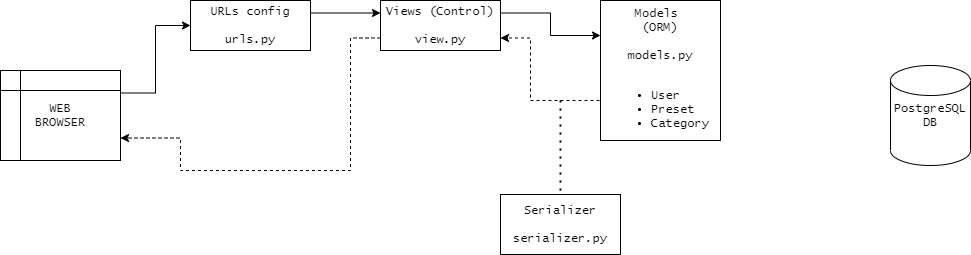
Before: Untitled Diagram.png, a diagram exported from draw.io (jmrspain/WebDevOps-Presets). Source tidied: cells renumbered, new cells last; positions are measured from the earlier drawing's top-left corner, leaving out a move shared by most shapes.
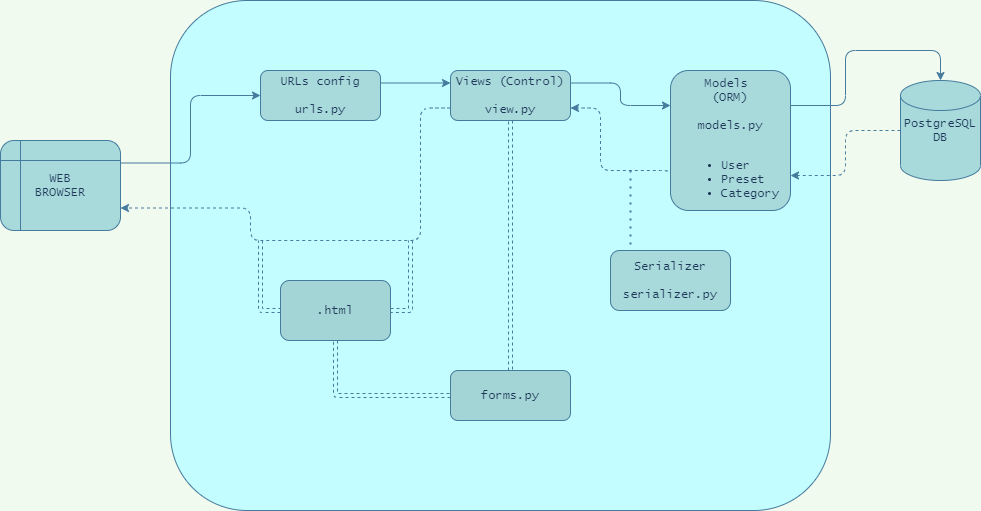
Later version of the same file.

The edit, as a diff of the source:
```diff
@@ -1,26 +1,32 @@
-<mxGraphModel>
+<mxGraphModel background="#F1FAEE">
   <root>
     <mxCell id="0" />
     <mxCell id="1" parent="0" />
+    <mxCell id="14" style="whiteSpace=wrap;html=1;sketch=0;strokeColor=#457B9D;fontColor=#1D3557;fillColor=#C3FDFF;rounded=1;" parent="1" vertex="1">
+      <mxGeometry x="100" y="-70" width="660" height="510" as="geometry" />
+    </mxCell>
+    <mxCell id="15" style="edgeStyle=orthogonalEdgeStyle;curved=0;sketch=0;jettySize=auto;html=1;entryX=1;entryY=0.75;entryDx=0;entryDy=0;strokeColor=#457B9D;fillColor=#A8DADC;fontColor=#1D3557;dashed=1;" parent="1" edge="1" source="2" target="11">
+      <mxGeometry relative="1" as="geometry" />
+    </mxCell>
-    <mxCell id="2" value="PostgreSQL&lt;br&gt;DB" style="shape=cylinder2;whiteSpace=wrap;html=1;boundedLbl=1;backgroundOutline=1;size=15;fontFamily=Lucida Console;" parent="1" vertex="1">
-      <mxGeometry x="890" y="65" width="80" height="100" as="geometry" />
+    <mxCell id="2" value="PostgreSQL&lt;br&gt;DB" style="shape=cylinder2;whiteSpace=wrap;html=1;boundedLbl=1;backgroundOutline=1;size=15;fontFamily=Lucida Console;fillColor=#A8DADC;strokeColor=#457B9D;fontColor=#1D3557;rounded=1;" parent="1" vertex="1">
+      <mxGeometry x="830" y="10" width="80" height="100" as="geometry" />
     </mxCell>
-    <mxCell id="3" style="edgeStyle=orthogonalEdgeStyle;rounded=0;jettySize=auto;html=1;exitX=1;exitY=0.25;exitDx=0;exitDy=0;entryX=0;entryY=0.5;entryDx=0;entryDy=0;" parent="1" edge="1" source="4" target="6">
+    <mxCell id="3" style="edgeStyle=orthogonalEdgeStyle;jettySize=auto;html=1;exitX=1;exitY=0.25;exitDx=0;exitDy=0;entryX=0;entryY=0.5;entryDx=0;entryDy=0;labelBackgroundColor=#F1FAEE;strokeColor=#457B9D;fontColor=#1D3557;" parent="1" edge="1" source="4" target="6">
       <mxGeometry relative="1" as="geometry" />
     </mxCell>
-    <mxCell id="4" value="WEB&lt;br&gt;BROWSER" style="shape=internalStorage;whiteSpace=wrap;html=1;backgroundOutline=1;fontFamily=Lucida Console;" parent="1" vertex="1">
-      <mxGeometry y="70" width="120" height="90" as="geometry" />
+    <mxCell id="4" value="WEB&lt;br&gt;BROWSER" style="shape=internalStorage;whiteSpace=wrap;html=1;backgroundOutline=1;fontFamily=Lucida Console;fillColor=#A8DADC;strokeColor=#457B9D;fontColor=#1D3557;rounded=1;" parent="1" vertex="1">
+      <mxGeometry x="-70" y="70" width="120" height="90" as="geometry" />
     </mxCell>
-    <mxCell id="5" style="edgeStyle=orthogonalEdgeStyle;rounded=0;jettySize=auto;html=1;exitX=1;exitY=0.25;exitDx=0;exitDy=0;entryX=0;entryY=0.25;entryDx=0;entryDy=0;fontFamily=Lucida Console;" parent="1" edge="1" source="6" target="9">
+    <mxCell id="5" style="edgeStyle=orthogonalEdgeStyle;jettySize=auto;html=1;exitX=1;exitY=0.25;exitDx=0;exitDy=0;entryX=0;entryY=0.25;entryDx=0;entryDy=0;fontFamily=Lucida Console;labelBackgroundColor=#F1FAEE;strokeColor=#457B9D;fontColor=#1D3557;" parent="1" edge="1" source="6" target="9">
       <mxGeometry relative="1" as="geometry" />
     </mxCell>
-    <mxCell id="6" value="URLs config&lt;br&gt;&lt;br&gt;urls.py" style="rounded=0;whiteSpace=wrap;html=1;fontFamily=Lucida Console;" parent="1" vertex="1">
+    <mxCell id="6" value="URLs config&lt;br&gt;&lt;br&gt;urls.py" style="whiteSpace=wrap;html=1;fontFamily=Lucida Console;fillColor=#A8DADC;strokeColor=#457B9D;fontColor=#1D3557;rounded=1;" parent="1" vertex="1">
       <mxGeometry x="190" width="120" height="50" as="geometry" />
     </mxCell>
-    <mxCell id="7" style="edgeStyle=orthogonalEdgeStyle;rounded=0;jettySize=auto;html=1;exitX=1;exitY=0.25;exitDx=0;exitDy=0;entryX=0;entryY=0.25;entryDx=0;entryDy=0;fontFamily=Lucida Console;" parent="1" edge="1" source="9" target="11">
+    <mxCell id="7" style="edgeStyle=orthogonalEdgeStyle;jettySize=auto;html=1;exitX=1;exitY=0.25;exitDx=0;exitDy=0;entryX=0;entryY=0.25;entryDx=0;entryDy=0;fontFamily=Lucida Console;labelBackgroundColor=#F1FAEE;strokeColor=#457B9D;fontColor=#1D3557;" parent="1" edge="1" source="9" target="11">
       <mxGeometry relative="1" as="geometry" />
     </mxCell>
-    <mxCell id="8" style="edgeStyle=orthogonalEdgeStyle;rounded=0;jettySize=auto;html=1;exitX=0;exitY=0.75;exitDx=0;exitDy=0;entryX=1;entryY=0.75;entryDx=0;entryDy=0;dashed=1;fontFamily=Lucida Console;fontColor=#000000;" parent="1" edge="1" source="9" target="4">
+    <mxCell id="8" style="edgeStyle=orthogonalEdgeStyle;jettySize=auto;html=1;exitX=0;exitY=0.75;exitDx=0;exitDy=0;entryX=1;entryY=0.75;entryDx=0;entryDy=0;dashed=1;fontFamily=Lucida Console;fontColor=#1D3557;labelBackgroundColor=#F1FAEE;strokeColor=#457B9D;" parent="1" edge="1" source="9" target="4">
       <mxGeometry relative="1" as="geometry">
         <Array as="points">
           <mxPoint x="350" y="38" />
@@ -30,10 +36,10 @@
         </Array>
       </mxGeometry>
     </mxCell>
-    <mxCell id="9" value="Views (Control)&lt;br&gt;&lt;br&gt;view.py" style="rounded=0;whiteSpace=wrap;html=1;fontFamily=Lucida Console;" parent="1" vertex="1">
+    <mxCell id="9" value="Views (Control)&lt;br&gt;&lt;br&gt;view.py" style="whiteSpace=wrap;html=1;fontFamily=Lucida Console;fillColor=#A8DADC;strokeColor=#457B9D;fontColor=#1D3557;rounded=1;" parent="1" vertex="1">
       <mxGeometry x="380" width="120" height="50" as="geometry" />
     </mxCell>
-    <mxCell id="10" style="edgeStyle=orthogonalEdgeStyle;rounded=0;jettySize=auto;html=1;exitX=0;exitY=0.75;exitDx=0;exitDy=0;entryX=1;entryY=0.75;entryDx=0;entryDy=0;fontFamily=Lucida Console;dashed=1;" parent="1" edge="1" source="11" target="9">
+    <mxCell id="10" style="edgeStyle=orthogonalEdgeStyle;jettySize=auto;html=1;exitX=0;exitY=0.75;exitDx=0;exitDy=0;entryX=1;entryY=0.75;entryDx=0;entryDy=0;fontFamily=Lucida Console;dashed=1;labelBackgroundColor=#F1FAEE;strokeColor=#457B9D;fontColor=#1D3557;" parent="1" edge="1" source="11" target="9">
       <mxGeometry relative="1" as="geometry">
         <Array as="points">
           <mxPoint x="600" y="100" />
@@ -42,17 +48,42 @@
         </Array>
       </mxGeometry>
     </mxCell>
+    <mxCell id="16" style="edgeStyle=orthogonalEdgeStyle;curved=0;sketch=0;jettySize=auto;html=1;exitX=1;exitY=0.25;exitDx=0;exitDy=0;entryX=0.5;entryY=0;entryDx=0;entryDy=0;entryPerimeter=0;strokeColor=#457B9D;fillColor=#A8DADC;fontColor=#1D3557;" parent="1" edge="1" source="11" target="2">
+      <mxGeometry relative="1" as="geometry" />
+    </mxCell>
-    <mxCell id="11" value="Models &lt;br&gt;(ORM)&lt;br&gt;&lt;br&gt;models.py&lt;br&gt;&lt;br&gt;&lt;div&gt;&lt;ul&gt;&lt;li style=&quot;text-align: left&quot;&gt;User&lt;/li&gt;&lt;li style=&quot;text-align: left&quot;&gt;Preset&lt;/li&gt;&lt;li style=&quot;text-align: left&quot;&gt;Category&lt;/li&gt;&lt;/ul&gt;&lt;/div&gt;" style="rounded=0;whiteSpace=wrap;html=1;verticalAlign=top;fontFamily=Lucida Console;" parent="1" vertex="1">
+    <mxCell id="11" value="Models &lt;br&gt;(ORM)&lt;br&gt;&lt;br&gt;models.py&lt;br&gt;&lt;br&gt;&lt;div&gt;&lt;ul&gt;&lt;li style=&quot;text-align: left&quot;&gt;User&lt;/li&gt;&lt;li style=&quot;text-align: left&quot;&gt;Preset&lt;/li&gt;&lt;li style=&quot;text-align: left&quot;&gt;Category&lt;/li&gt;&lt;/ul&gt;&lt;/div&gt;" style="whiteSpace=wrap;html=1;verticalAlign=top;fontFamily=Lucida Console;fillColor=#A8DADC;strokeColor=#457B9D;fontColor=#1D3557;rounded=1;" parent="1" vertex="1">
       <mxGeometry x="600" width="120" height="140" as="geometry" />
     </mxCell>
-    <mxCell id="12" style="endArrow=none;dashed=1;html=1;dashPattern=1 3;strokeWidth=2;fontFamily=Lucida Console;" parent="1" edge="1">
+    <mxCell id="12" style="endArrow=none;dashed=1;html=1;dashPattern=1 3;strokeWidth=2;fontFamily=Lucida Console;labelBackgroundColor=#F1FAEE;strokeColor=#457B9D;fontColor=#1D3557;" parent="1" edge="1">
       <mxGeometry relative="1" as="geometry">
         <mxPoint x="560" y="190" as="sourcePoint" />
         <mxPoint x="560" y="100" as="targetPoint" />
       </mxGeometry>
     </mxCell>
-    <mxCell id="13" value="Serializer&lt;br&gt;&lt;br&gt;serializer.py" style="rounded=0;whiteSpace=wrap;html=1;fontFamily=Lucida Console;labelBackgroundColor=none;" parent="1" vertex="1">
-      <mxGeometry x="500" y="194" width="120" height="60" as="geometry" />
+    <mxCell id="13" value="Serializer&lt;br&gt;&lt;br&gt;serializer.py" style="whiteSpace=wrap;html=1;fontFamily=Lucida Console;labelBackgroundColor=none;fillColor=#A8DADC;strokeColor=#457B9D;fontColor=#1D3557;rounded=1;" parent="1" vertex="1">
+      <mxGeometry x="540" y="180" width="120" height="60" as="geometry" />
     </mxCell>
+    <mxCell id="17" style="edgeStyle=orthogonalEdgeStyle;curved=0;rounded=1;sketch=0;jettySize=auto;html=1;dashed=1;strokeColor=#457B9D;fillColor=#A8DADC;fontColor=#1D3557;shape=link;" parent="1" edge="1" source="19">
+      <mxGeometry relative="1" as="geometry">
+        <mxPoint x="190" y="170" as="targetPoint" />
+      </mxGeometry>
+    </mxCell>
+    <mxCell id="18" style="edgeStyle=orthogonalEdgeStyle;curved=0;rounded=1;sketch=0;jettySize=auto;html=1;dashed=1;strokeColor=#457B9D;fillColor=#A8DADC;fontColor=#1D3557;shape=link;" parent="1" edge="1" source="19">
+      <mxGeometry relative="1" as="geometry">
+        <mxPoint x="340" y="170" as="targetPoint" />
+      </mxGeometry>
+    </mxCell>
+    <mxCell id="19" value=".html" style="whiteSpace=wrap;html=1;sketch=0;strokeColor=#457B9D;fontColor=#1D3557;fillColor=#A4D5D6;rounded=1;fontFamily=Lucida Console;" parent="1" vertex="1">
+      <mxGeometry x="210" y="210" width="110" height="60" as="geometry" />
+    </mxCell>
+    <mxCell id="20" style="edgeStyle=orthogonalEdgeStyle;shape=link;curved=0;rounded=1;sketch=0;jettySize=auto;html=1;entryX=0.5;entryY=1;entryDx=0;entryDy=0;dashed=1;strokeColor=#457B9D;fillColor=#A8DADC;fontFamily=Lucida Console;fontColor=#1D3557;" parent="1" edge="1" source="22" target="9">
+      <mxGeometry relative="1" as="geometry" />
+    </mxCell>
+    <mxCell id="21" style="edgeStyle=orthogonalEdgeStyle;shape=link;curved=0;rounded=1;sketch=0;jettySize=auto;html=1;exitX=0;exitY=0.5;exitDx=0;exitDy=0;entryX=0.5;entryY=1;entryDx=0;entryDy=0;dashed=1;strokeColor=#457B9D;fillColor=#A8DADC;fontFamily=Lucida Console;fontColor=#1D3557;" parent="1" edge="1" source="22" target="19">
+      <mxGeometry relative="1" as="geometry" />
+    </mxCell>
+    <mxCell id="22" value="forms.py" style="rounded=1;whiteSpace=wrap;html=1;sketch=0;strokeColor=#457B9D;fillColor=#A4D5D6;fontFamily=Lucida Console;fontColor=#1D3557;" parent="1" vertex="1">
+      <mxGeometry x="380" y="300" width="120" height="50" as="geometry" />
+    </mxCell>
   </root>
 </mxGraphModel>
```
